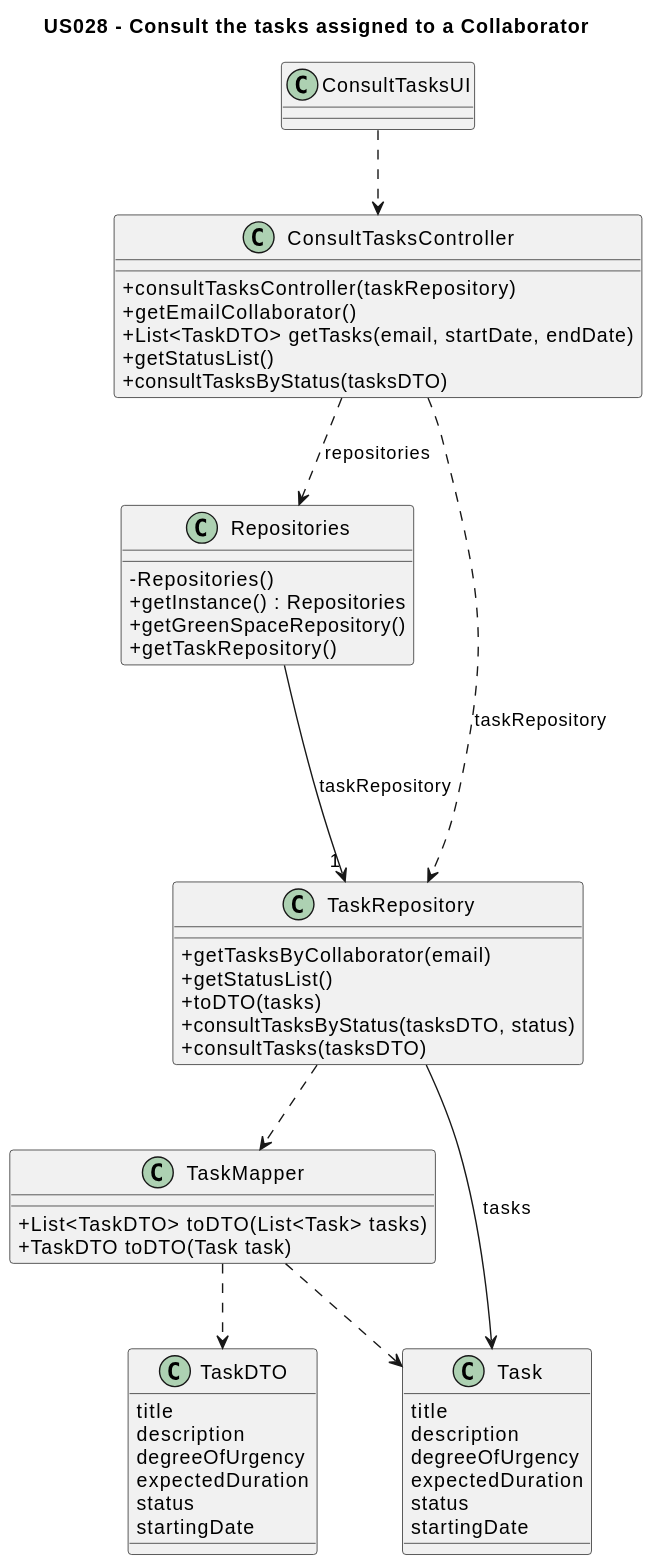
The PlantUML diagram docs/sprintC/us028/03.design/svg/us028-class-diagram.svg in Departamento-de-Engenharia-Informatica/lei-24-s2-1dm-g132, before a commit. Source of this version:
```plantuml
@startuml
skinparam classAttributeIconSize 0

title US028 - Consult the tasks assigned to a Collaborator

class ConsultTasksUI {

}

class ConsultTasksController {
    + consultTasksController(taskRepository)
    + getEmailCollaborator()
    + List<TaskDTO> getTasks(email, startDate, endDate)
    + getStatusList()
    + consultTasksByStatus(tasksDTO)
}

class Repositories {
    - Repositories()
    + getInstance() : Repositories
    + getGreenSpaceRepository()
    + getTaskRepository()
}

class TaskRepository {
    + getTasksByCollaborator(email)
    + getStatusList()
    + toDTO(tasks)
    + consultTasksByStatus(tasksDTO, status)
    + consultTasks(tasksDTO)
}

class TaskMapper {
    + List<TaskDTO> toDTO(List<Task> tasks)
    + TaskDTO toDTO(Task task)
}

class TaskDTO {
    title
    description
    degreeOfUrgency
    expectedDuration
    status
    startingDate
}

class Task {
    title
    description
    degreeOfUrgency
    expectedDuration
    status
    startingDate
}

ConsultTasksUI ..> ConsultTasksController
ConsultTasksController ..> Repositories : repositories
ConsultTasksController ..> TaskRepository : taskRepository
Repositories ---> "1" TaskRepository: taskRepository
TaskRepository --> Task: tasks

TaskRepository ..> TaskMapper
TaskMapper ..> TaskDTO
TaskMapper ..> Task
@enduml
```
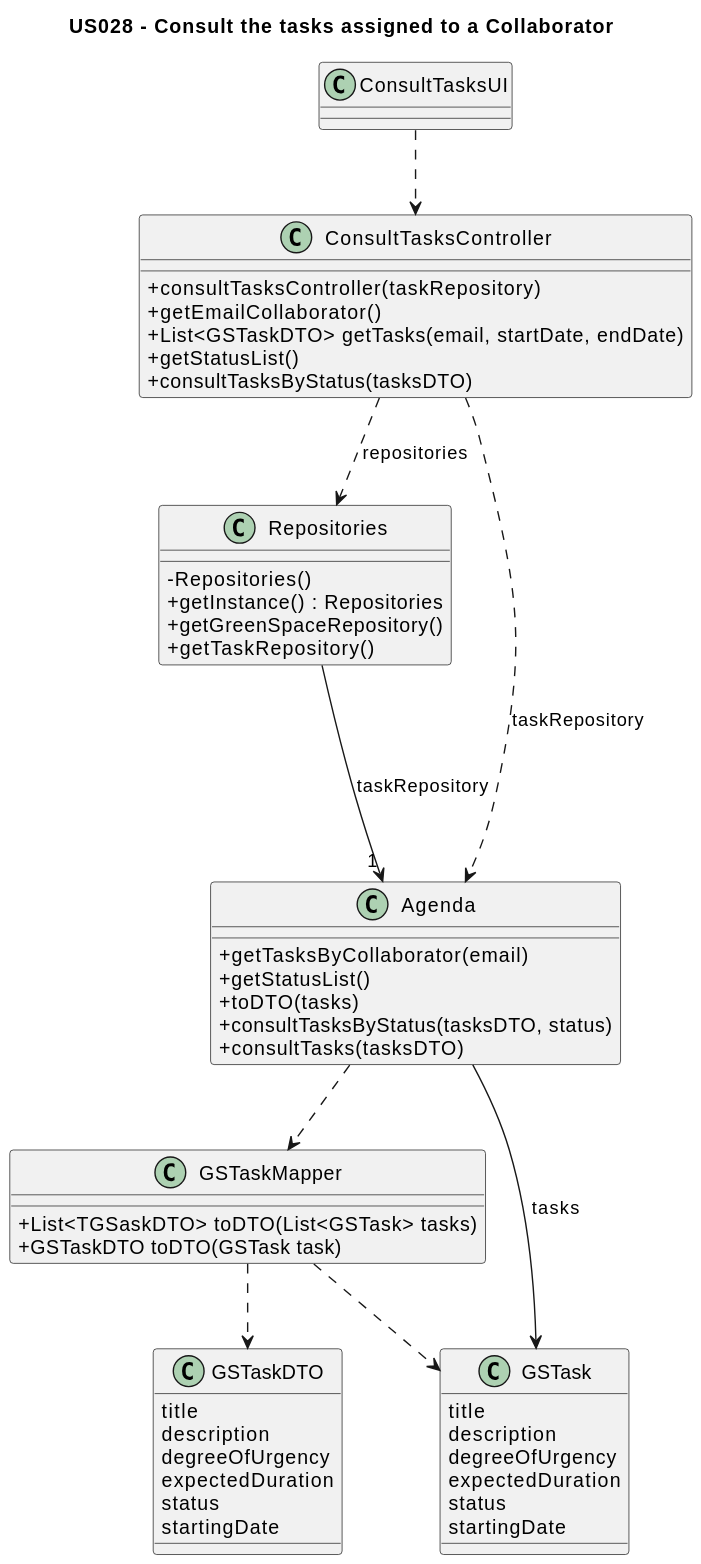
After the commit.

Commit message:
US28 changed names of task to GSTask

The edit, as a diff of the source:
```diff
@@ -10,7 +10,7 @@
 class ConsultTasksController {
     + consultTasksController(taskRepository)
     + getEmailCollaborator()
-    + List<TaskDTO> getTasks(email, startDate, endDate)
+    + List<GSTaskDTO> getTasks(email, startDate, endDate)
     + getStatusList()
     + consultTasksByStatus(tasksDTO)
 }
@@ -22,7 +22,7 @@
     + getTaskRepository()
 }
 
-class TaskRepository {
+class Agenda {
     + getTasksByCollaborator(email)
     + getStatusList()
     + toDTO(tasks)
@@ -30,12 +30,12 @@
     + consultTasks(tasksDTO)
 }
 
-class TaskMapper {
-    + List<TaskDTO> toDTO(List<Task> tasks)
-    + TaskDTO toDTO(Task task)
+class GSTaskMapper {
+    + List<TGSaskDTO> toDTO(List<GSTask> tasks)
+    + GSTaskDTO toDTO(GSTask task)
 }
 
-class TaskDTO {
+class GSTaskDTO {
     title
     description
     degreeOfUrgency
@@ -44,7 +44,7 @@
     startingDate
 }
 
-class Task {
+class GSTask {
     title
     description
     degreeOfUrgency
@@ -55,11 +55,11 @@
 
 ConsultTasksUI ..> ConsultTasksController
 ConsultTasksController ..> Repositories : repositories
-ConsultTasksController ..> TaskRepository : taskRepository
-Repositories ---> "1" TaskRepository: taskRepository
-TaskRepository --> Task: tasks
+ConsultTasksController ..> Agenda : taskRepository
+Repositories ---> "1" Agenda: taskRepository
+Agenda --> GSTask: tasks
 
-TaskRepository ..> TaskMapper
-TaskMapper ..> TaskDTO
-TaskMapper ..> Task
+Agenda ..> GSTaskMapper
+GSTaskMapper ..> GSTaskDTO
+GSTaskMapper ..> GSTask
 @enduml
```
